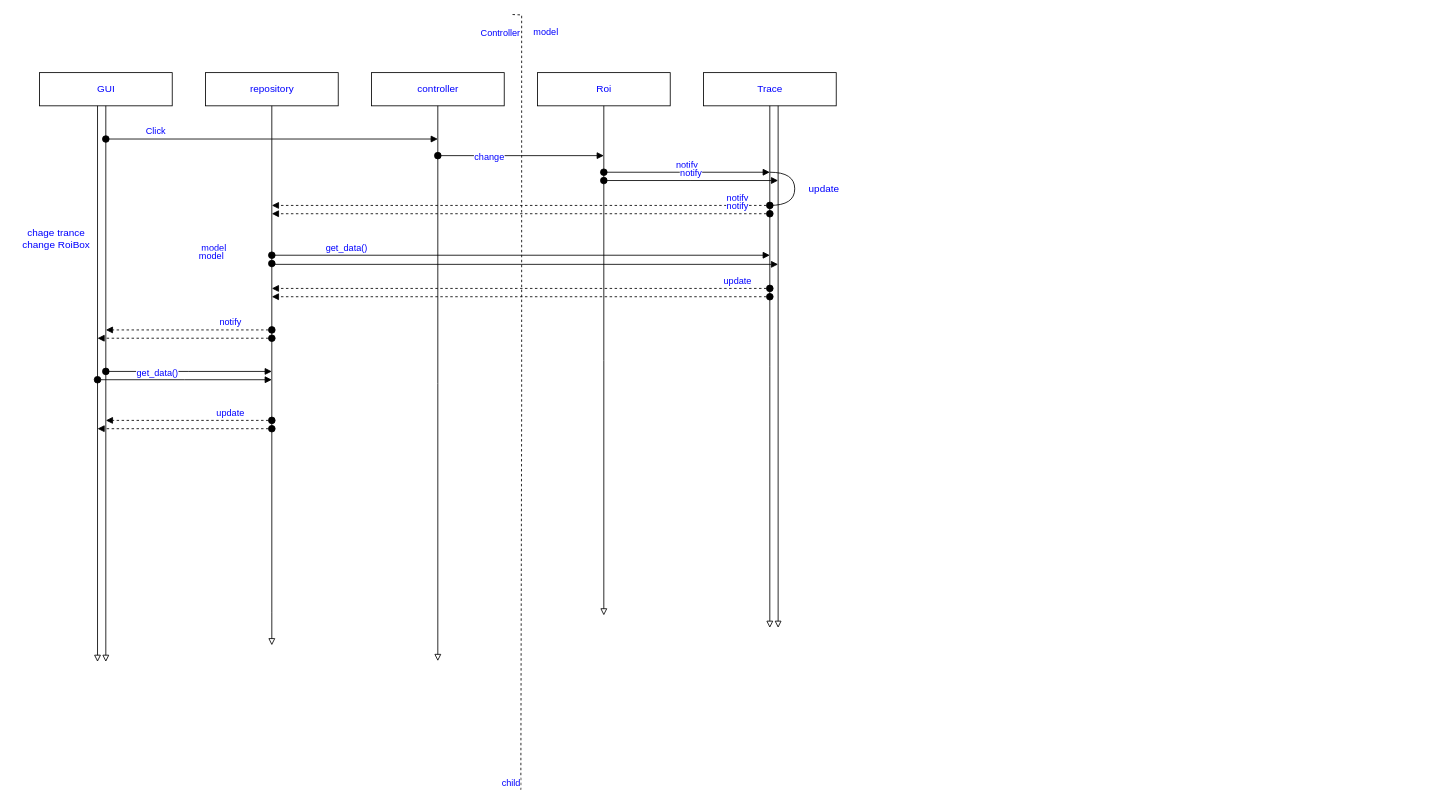
Above: page "MVC squence" (4 of 4) of UML_SCANDATA.drawio in lunelukkio/SCANDATA (draw.io), before the change. Source tidied: cells renumbered, new cells numbered last; positions are measured from the earlier drawing's top-left corner, leaving out a move shared by most shapes. Both pictures are drawn from the tidied source at 83%, with x=0, y=0 at pixel (14, 14).
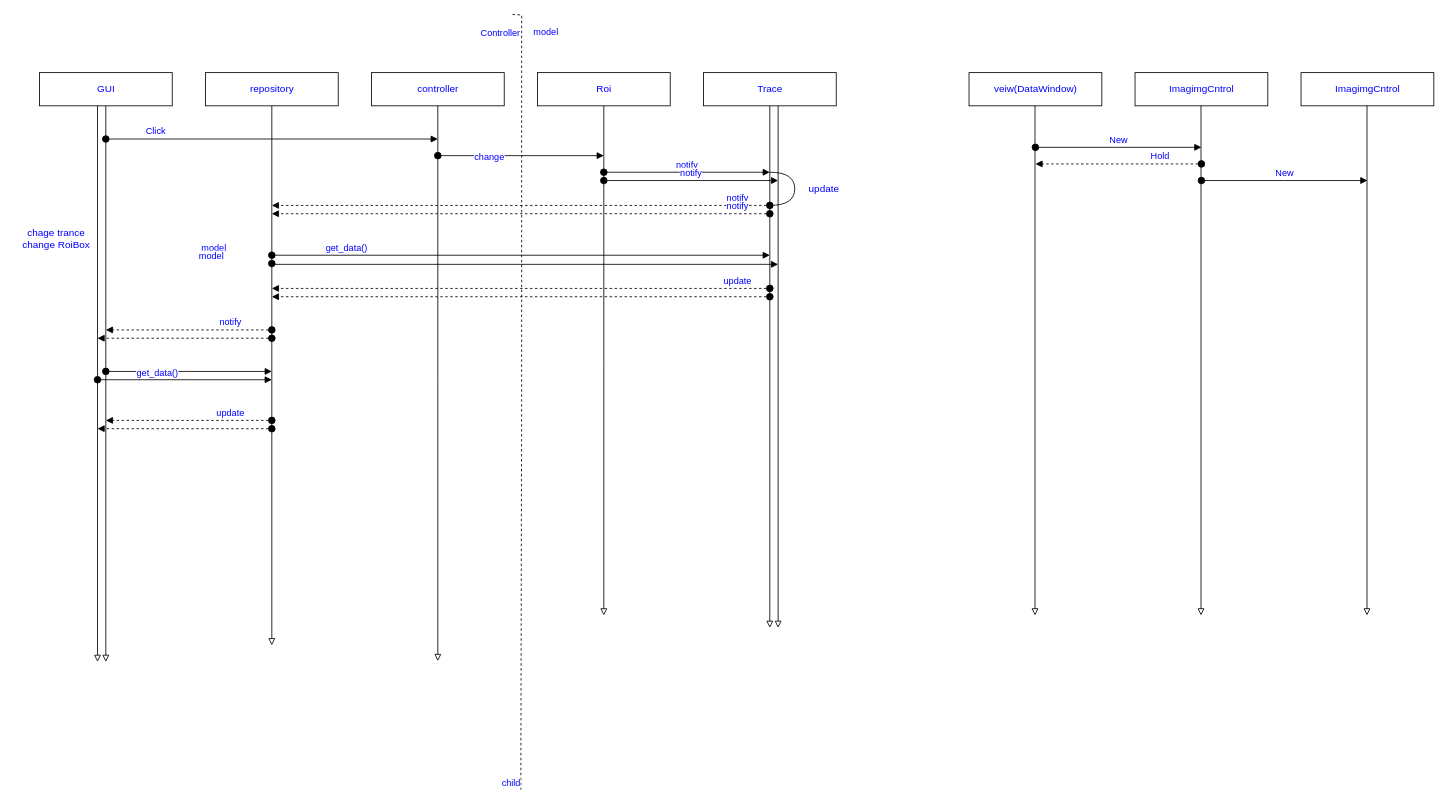
The same diagram, later.

Change to the diagram source:
```diff
@@
+    <mxCell id="38" value="veiw(DataWindow)" style="html=1;fontColor=#0000FF;fillColor=none;" parent="1" vertex="1">
+      <mxGeometry x="1150" y="70" width="160" height="40" as="geometry" />
+    </mxCell>
+    <mxCell id="39" value="ImagimgCntrol" style="html=1;fontColor=#0000FF;fillColor=none;" parent="1" vertex="1">
+      <mxGeometry x="1350" y="70" width="160" height="40" as="geometry" />
+    </mxCell>
+    <mxCell id="40" value="ImagimgCntrol" style="html=1;fontColor=#0000FF;fillColor=none;" parent="1" vertex="1">
+      <mxGeometry x="1550" y="70" width="160" height="40" as="geometry" />
+    </mxCell>
+    <mxCell id="41" style="edgeStyle=orthogonalEdgeStyle;rounded=0;orthogonalLoop=1;jettySize=auto;html=1;exitX=0.5;exitY=1;exitDx=0;exitDy=0;fontColor=#0000FF;endArrow=block;endFill=0;" parent="1" edge="1">
+      <mxGeometry relative="1" as="geometry">
+        <mxPoint x="1229.5" y="110" as="sourcePoint" />
+        <mxPoint x="1229.5" y="724" as="targetPoint" />
+      </mxGeometry>
+    </mxCell>
+    <mxCell id="42" style="edgeStyle=orthogonalEdgeStyle;rounded=0;orthogonalLoop=1;jettySize=auto;html=1;exitX=0.5;exitY=1;exitDx=0;exitDy=0;fontColor=#0000FF;endArrow=block;endFill=0;" parent="1" edge="1">
+      <mxGeometry relative="1" as="geometry">
+        <mxPoint x="1429.5" y="110" as="sourcePoint" />
+        <mxPoint x="1429.5" y="724" as="targetPoint" />
+      </mxGeometry>
+    </mxCell>
+    <mxCell id="43" style="edgeStyle=orthogonalEdgeStyle;rounded=0;orthogonalLoop=1;jettySize=auto;html=1;exitX=0.5;exitY=1;exitDx=0;exitDy=0;fontColor=#0000FF;endArrow=block;endFill=0;" parent="1" edge="1">
+      <mxGeometry relative="1" as="geometry">
+        <mxPoint x="1629.5" y="110" as="sourcePoint" />
+        <mxPoint x="1629.5" y="724" as="targetPoint" />
+      </mxGeometry>
+    </mxCell>
+    <mxCell id="44" value="New" style="html=1;verticalAlign=bottom;startArrow=oval;startFill=1;endArrow=block;startSize=8;edgeStyle=elbowEdgeStyle;elbow=vertical;curved=0;rounded=0;fontColor=#0000FF;" parent="1" edge="1">
+      <mxGeometry relative="1" as="geometry">
+        <mxPoint x="1230" y="160" as="sourcePoint" />
+        <mxPoint x="1430" y="160" as="targetPoint" />
+      </mxGeometry>
+    </mxCell>
+    <mxCell id="45" value="New" style="html=1;verticalAlign=bottom;startArrow=oval;startFill=1;endArrow=block;startSize=8;edgeStyle=elbowEdgeStyle;elbow=vertical;curved=0;rounded=0;fontColor=#0000FF;" parent="1" edge="1">
+      <mxGeometry relative="1" as="geometry">
+        <mxPoint x="1430" y="200" as="sourcePoint" />
+        <mxPoint x="1630" y="200" as="targetPoint" />
+      </mxGeometry>
+    </mxCell>
+    <mxCell id="46" value="Hold" style="html=1;verticalAlign=bottom;startArrow=oval;startFill=1;endArrow=block;startSize=8;edgeStyle=elbowEdgeStyle;elbow=vertical;curved=0;rounded=0;fontColor=#0000FF;dashed=1;" parent="1" edge="1">
+      <mxGeometry x="-0.5" relative="1" as="geometry">
+        <mxPoint x="1430" y="180" as="sourcePoint" />
+        <mxPoint x="1230" y="180" as="targetPoint" />
+      </mxGeometry>
+    </mxCell>
```
